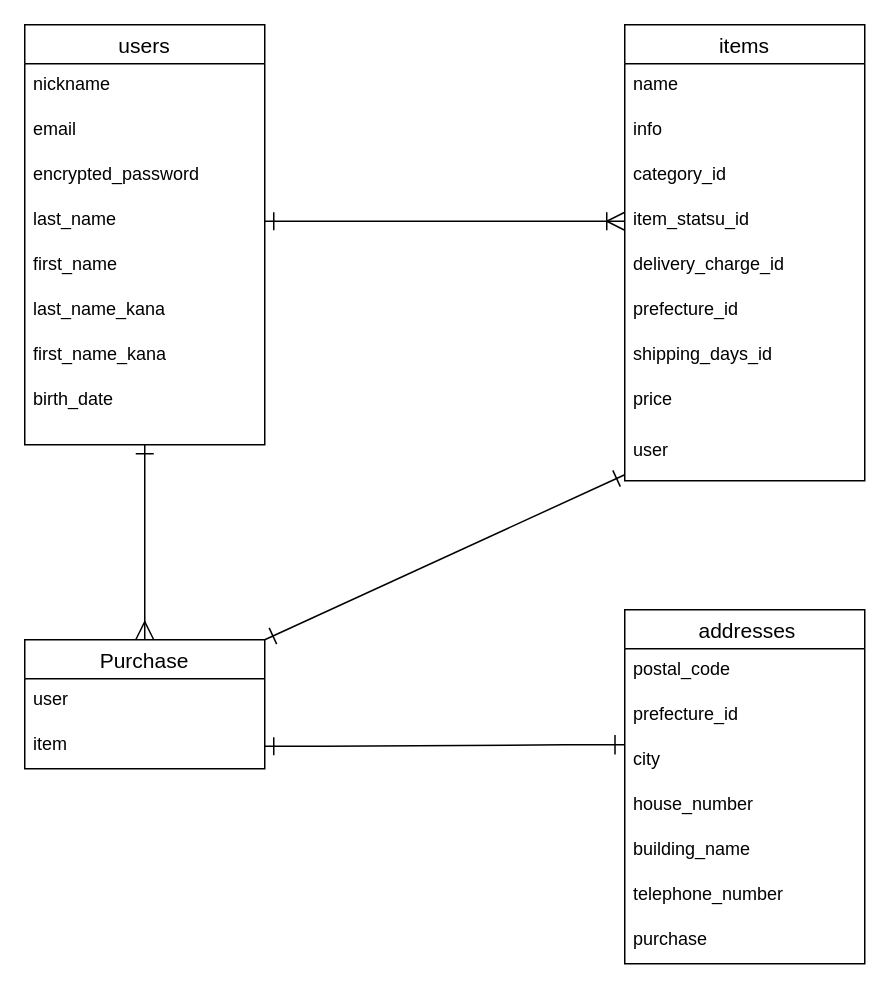
Earlier version of the draw.io diagram furima.dio (seedsat/furima-35823). Source tidied: cells renumbered, new cells numbered last; positions are measured from the earlier drawing's top-left corner, leaving out a move shared by most shapes. Both pictures are drawn from the tidied source at 150%, with x=0, y=0 at pixel (24, 24).
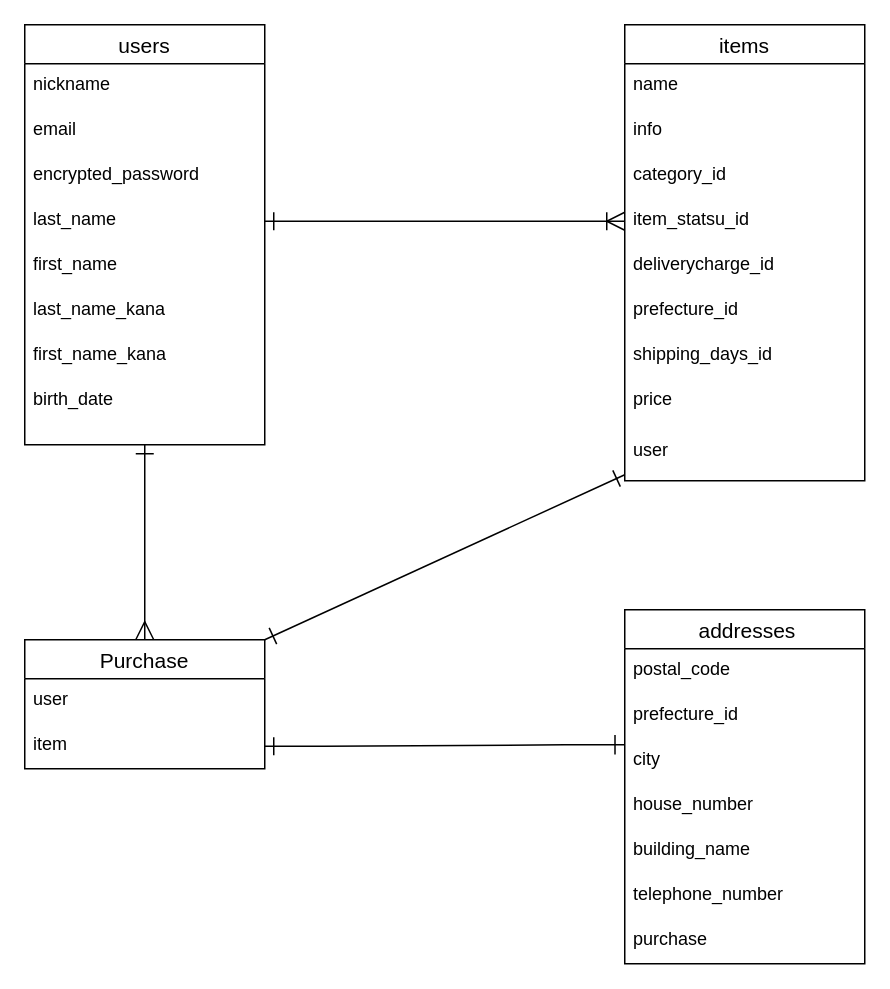
After the change.

The change refers to these unchanged cells:
```xml
<mxCell id="12" value="items" style="swimlane;fontStyle=0;horizontal=1;startSize=26;align=center;fontSize=14;" parent="1" vertex="1">
  <mxGeometry x="400" width="160" height="304" as="geometry" />
</mxCell>
```

What changed in the source:
```diff
@@
-    <mxCell id="17" value="delivery_charge_id" style="text;strokeColor=none;fillColor=none;spacingLeft=4;spacingRight=4;overflow=hidden;fontSize=12;" parent="12" vertex="1">
+    <mxCell id="17" value="deliverycharge_id" style="text;strokeColor=none;fillColor=none;spacingLeft=4;spacingRight=4;overflow=hidden;fontSize=12;" parent="12" vertex="1">
       <mxGeometry y="146" width="160" height="30" as="geometry" />
     </mxCell>
```
